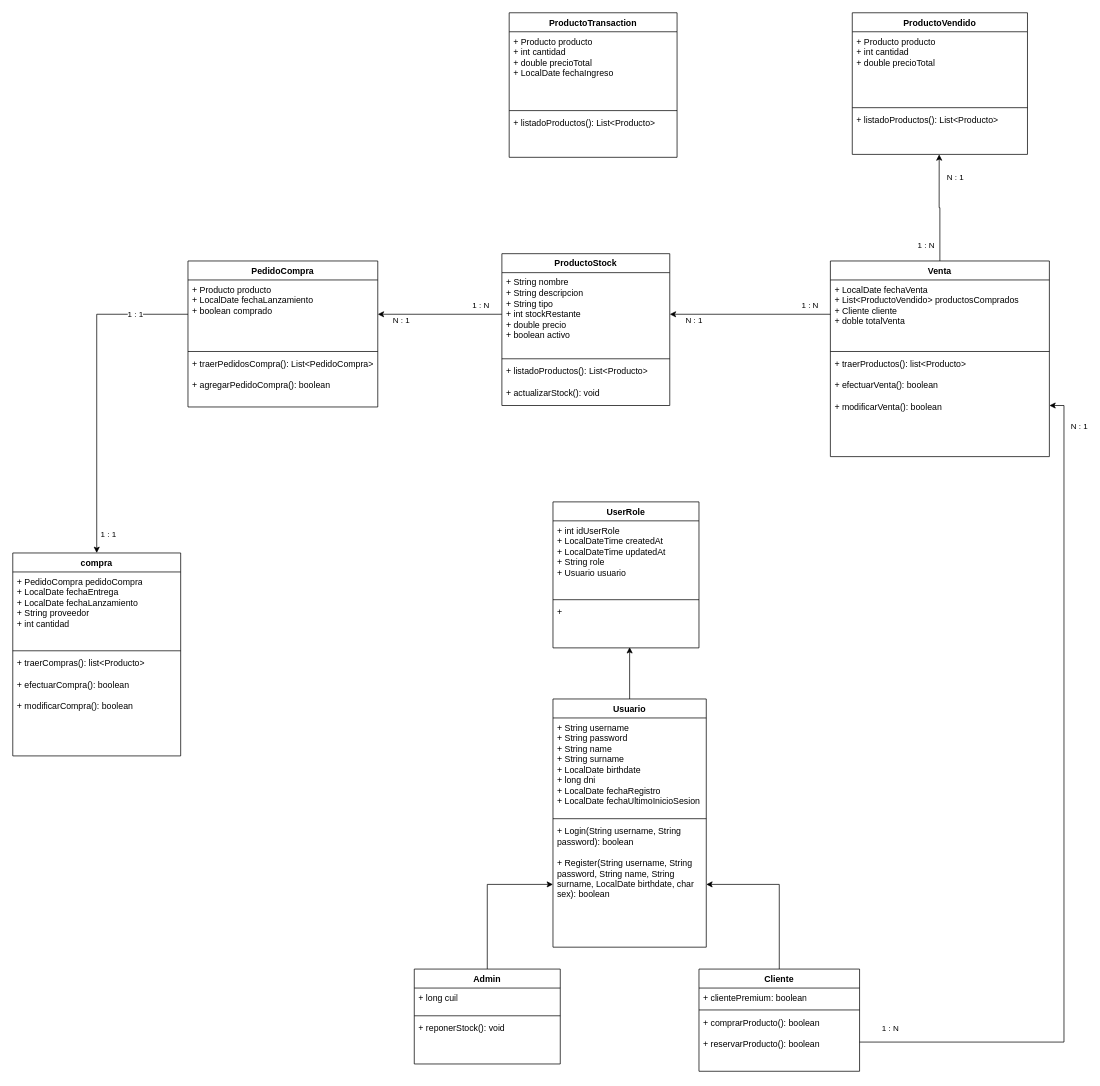
Before: Diagrama de clases (Diagram.net).drawio in EzequielDeiana/grupo-2-OO2-2024, a draw.io diagram. Source tidied: cells renumbered, new cells numbered last; positions are measured from the earlier drawing's top-left corner, leaving out a move shared by most shapes. Both pictures are drawn from the tidied source at 73%, with x=0, y=0 at pixel (12, 12).
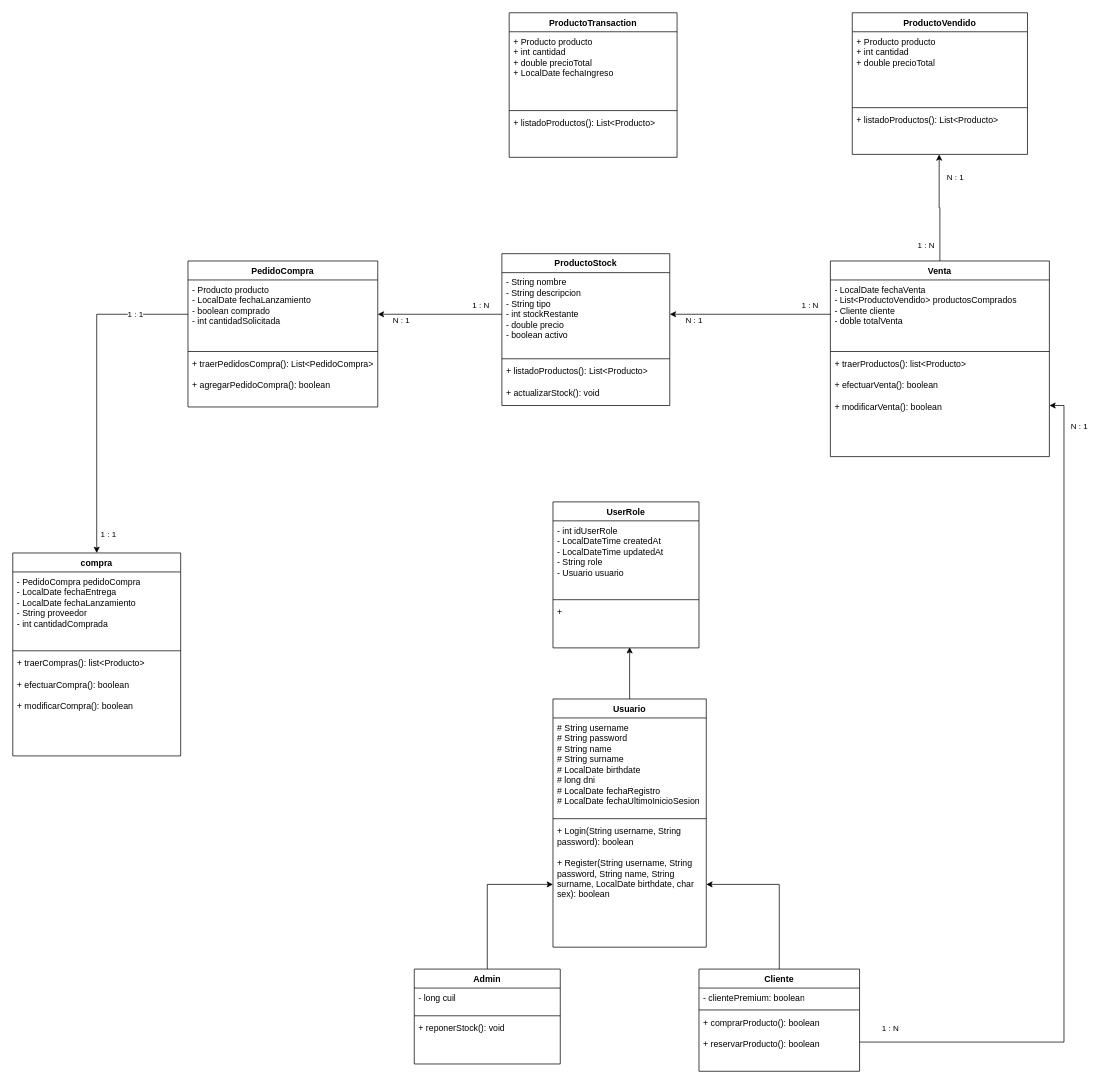
After the change.

Commit message (it also covers changes not shown here):
Aplicando correcciones del diagrama de clases

Unchanged cells that the change refers to:
```xml
<mxCell id="2" value="ProductoStock" style="swimlane;fontStyle=1;align=center;verticalAlign=top;horizontal=1;startSize=26;whiteSpace=wrap;html=1;" parent="1" vertex="1">
  <mxGeometry x="670" y="330" width="230" height="208" as="geometry" />
</mxCell>
<mxCell id="6" value="Usuario" style="swimlane;fontStyle=1;align=center;verticalAlign=top;horizontal=1;startSize=26;whiteSpace=wrap;html=1;" parent="1" vertex="1">
  <mxGeometry x="740" y="940" width="210" height="340" as="geometry" />
</mxCell>
<mxCell id="11" value="Admin" style="swimlane;fontStyle=1;align=center;verticalAlign=top;horizontal=1;startSize=26;whiteSpace=wrap;html=1;" parent="1" vertex="1">
  <mxGeometry x="550" y="1310" width="200" height="130" as="geometry" />
</mxCell>
<mxCell id="18" value="Venta" style="swimlane;fontStyle=1;align=center;verticalAlign=top;horizontal=1;startSize=26;whiteSpace=wrap;html=1;" parent="1" vertex="1">
  <mxGeometry x="1120" y="340" width="300" height="268" as="geometry" />
</mxCell>
<mxCell id="23" value="Cliente" style="swimlane;fontStyle=1;align=center;verticalAlign=top;horizontal=1;startSize=26;whiteSpace=wrap;html=1;" parent="1" vertex="1">
  <mxGeometry x="940" y="1310" width="220" height="140" as="geometry" />
</mxCell>
<mxCell id="27" value="PedidoCompra" style="swimlane;fontStyle=1;align=center;verticalAlign=top;horizontal=1;startSize=26;whiteSpace=wrap;html=1;" parent="1" vertex="1">
  <mxGeometry x="240" y="340" width="260" height="200" as="geometry" />
</mxCell>
<mxCell id="31" value="compra" style="swimlane;fontStyle=1;align=center;verticalAlign=top;horizontal=1;startSize=26;whiteSpace=wrap;html=1;" parent="1" vertex="1">
  <mxGeometry y="740" width="230" height="278" as="geometry" />
</mxCell>
<mxCell id="55" value="UserRole" style="swimlane;fontStyle=1;align=center;verticalAlign=top;horizontal=1;startSize=26;whiteSpace=wrap;html=1;" parent="1" vertex="1">
  <mxGeometry x="740" y="670" width="200" height="200" as="geometry" />
</mxCell>
```

Diff of the diagram source:
```diff
@@
-    <mxCell id="3" value="+ String nombre&lt;div&gt;+ String descripcion&lt;/div&gt;&lt;div&gt;+ String tipo&lt;/div&gt;&lt;div&gt;+ int stockRestante&lt;/div&gt;&lt;div&gt;+ double precio&lt;/div&gt;&lt;div&gt;+ boolean activo&lt;/div&gt;" style="text;strokeColor=none;fillColor=none;align=left;verticalAlign=top;spacingLeft=4;spacingRight=4;overflow=hidden;points=[[0,0.5],[1,0.5]];portConstraint=eastwest;whiteSpace=wrap;html=1;" parent="2" vertex="1">
+    <mxCell id="3" value="- String nombre&lt;div&gt;- String descripcion&lt;/div&gt;&lt;div&gt;- String tipo&lt;/div&gt;&lt;div&gt;- int stockRestante&lt;/div&gt;&lt;div&gt;- double precio&lt;/div&gt;&lt;div&gt;- boolean activo&lt;/div&gt;" style="text;strokeColor=none;fillColor=none;align=left;verticalAlign=top;spacingLeft=4;spacingRight=4;overflow=hidden;points=[[0,0.5],[1,0.5]];portConstraint=eastwest;whiteSpace=wrap;html=1;" parent="2" vertex="1">
       <mxGeometry y="26" width="230" height="114" as="geometry" />
     </mxCell>
@@
-    <mxCell id="7" value="&lt;div&gt;+ String username&lt;/div&gt;&lt;div&gt;+ String password&lt;/div&gt;+ String name&lt;div&gt;+ String surname&lt;/div&gt;&lt;div&gt;+ LocalDate birthdate&lt;/div&gt;&lt;div&gt;+ long dni&lt;/div&gt;&lt;div&gt;+ LocalDate fechaRegistro&lt;/div&gt;&lt;div&gt;+ LocalDate fechaUltimoInicioSesion&lt;/div&gt;" style="text;strokeColor=none;fillColor=none;align=left;verticalAlign=top;spacingLeft=4;spacingRight=4;overflow=hidden;whiteSpace=wrap;html=1;" parent="6" vertex="1">
+    <mxCell id="7" value="&lt;div&gt;# String username&lt;/div&gt;&lt;div&gt;# String password&lt;/div&gt;# String name&lt;div&gt;# String surname&lt;/div&gt;&lt;div&gt;# LocalDate birthdate&lt;/div&gt;&lt;div&gt;# long dni&lt;/div&gt;&lt;div&gt;# LocalDate fechaRegistro&lt;/div&gt;&lt;div&gt;# LocalDate fechaUltimoInicioSesion&lt;/div&gt;" style="text;strokeColor=none;fillColor=none;align=left;verticalAlign=top;spacingLeft=4;spacingRight=4;overflow=hidden;whiteSpace=wrap;html=1;" parent="6" vertex="1">
       <mxGeometry y="26" width="210" height="134" as="geometry" />
     </mxCell>
@@
-    <mxCell id="12" value="+ long cuil&lt;div&gt;&lt;br&gt;&lt;/div&gt;" style="text;strokeColor=none;fillColor=none;align=left;verticalAlign=top;spacingLeft=4;spacingRight=4;overflow=hidden;whiteSpace=wrap;html=1;" parent="11" vertex="1">
+    <mxCell id="12" value="- long cuil&lt;div&gt;&lt;br&gt;&lt;/div&gt;" style="text;strokeColor=none;fillColor=none;align=left;verticalAlign=top;spacingLeft=4;spacingRight=4;overflow=hidden;whiteSpace=wrap;html=1;" parent="11" vertex="1">
       <mxGeometry y="26" width="200" height="34" as="geometry" />
     </mxCell>
@@
-    <mxCell id="19" value="+ LocalDate fechaVenta&lt;div&gt;+ List&amp;lt;ProductoVendido&amp;gt; productosComprados&lt;/div&gt;&lt;div&gt;+ Cliente cliente&lt;/div&gt;&lt;div&gt;+ doble totalVenta&lt;/div&gt;&lt;div&gt;&lt;br&gt;&lt;/div&gt;" style="text;strokeColor=none;fillColor=none;align=left;verticalAlign=top;spacingLeft=4;spacingRight=4;overflow=hidden;points=[[0,0.5],[1,0.5]];portConstraint=eastwest;whiteSpace=wrap;html=1;" parent="18" vertex="1">
+    <mxCell id="19" value="- LocalDate fechaVenta&lt;div&gt;- List&amp;lt;ProductoVendido&amp;gt; productosComprados&lt;/div&gt;&lt;div&gt;- Cliente cliente&lt;/div&gt;&lt;div&gt;- doble totalVenta&lt;/div&gt;&lt;div&gt;&lt;br&gt;&lt;/div&gt;" style="text;strokeColor=none;fillColor=none;align=left;verticalAlign=top;spacingLeft=4;spacingRight=4;overflow=hidden;points=[[0,0.5],[1,0.5]];portConstraint=eastwest;whiteSpace=wrap;html=1;" parent="18" vertex="1">
       <mxGeometry y="26" width="300" height="94" as="geometry" />
     </mxCell>
@@
-    <mxCell id="24" value="+ clientePremium: boolean" style="text;strokeColor=none;fillColor=none;align=left;verticalAlign=top;spacingLeft=4;spacingRight=4;overflow=hidden;whiteSpace=wrap;html=1;" parent="23" vertex="1">
+    <mxCell id="24" value="- clientePremium: boolean" style="text;strokeColor=none;fillColor=none;align=left;verticalAlign=top;spacingLeft=4;spacingRight=4;overflow=hidden;whiteSpace=wrap;html=1;" parent="23" vertex="1">
       <mxGeometry y="26" width="220" height="26" as="geometry" />
     </mxCell>
@@
-    <mxCell id="28" value="&lt;div&gt;+ Producto producto&lt;/div&gt;&lt;div&gt;+ LocalDate fechaLanzamiento&lt;/div&gt;&lt;div&gt;+ boolean comprado&lt;/div&gt;" style="text;strokeColor=none;fillColor=none;align=left;verticalAlign=top;spacingLeft=4;spacingRight=4;overflow=hidden;points=[[0,0.5],[1,0.5]];portConstraint=eastwest;whiteSpace=wrap;html=1;" parent="27" vertex="1">
+    <mxCell id="28" value="&lt;div&gt;- Producto producto&lt;/div&gt;&lt;div&gt;- LocalDate fechaLanzamiento&lt;/div&gt;&lt;div&gt;- boolean comprado&lt;/div&gt;&lt;div&gt;- int cantidadSolicitada&lt;/div&gt;" style="text;strokeColor=none;fillColor=none;align=left;verticalAlign=top;spacingLeft=4;spacingRight=4;overflow=hidden;points=[[0,0.5],[1,0.5]];portConstraint=eastwest;whiteSpace=wrap;html=1;" parent="27" vertex="1">
       <mxGeometry y="26" width="260" height="94" as="geometry" />
     </mxCell>
@@
-    <mxCell id="32" value="+ PedidoCompra pedidoCompra&lt;div&gt;+ LocalDate fechaEntrega&lt;/div&gt;&lt;div&gt;+ LocalDate fechaLanzamiento&lt;/div&gt;&lt;div&gt;+ String proveedor&lt;/div&gt;&lt;div&gt;+ int cantidad&lt;/div&gt;" style="text;strokeColor=none;fillColor=none;align=left;verticalAlign=top;spacingLeft=4;spacingRight=4;overflow=hidden;whiteSpace=wrap;html=1;" parent="31" vertex="1">
+    <mxCell id="32" value="- PedidoCompra pedidoCompra&lt;div&gt;- LocalDate fechaEntrega&lt;/div&gt;&lt;div&gt;- LocalDate fechaLanzamiento&lt;/div&gt;&lt;div&gt;- String proveedor&lt;/div&gt;&lt;div&gt;- int cantidadComprada&lt;/div&gt;" style="text;strokeColor=none;fillColor=none;align=left;verticalAlign=top;spacingLeft=4;spacingRight=4;overflow=hidden;whiteSpace=wrap;html=1;" parent="31" vertex="1">
       <mxGeometry y="26" width="230" height="104" as="geometry" />
     </mxCell>
@@
-    <mxCell id="56" value="&lt;div&gt;+ int idUserRole&lt;/div&gt;&lt;div&gt;+ LocalDateTime createdAt&lt;/div&gt;&lt;div&gt;+ LocalDateTime updatedAt&lt;/div&gt;&lt;div&gt;+ String role&lt;/div&gt;&lt;div&gt;+ Usuario usuario&lt;/div&gt;" style="text;strokeColor=none;fillColor=none;align=left;verticalAlign=top;spacingLeft=4;spacingRight=4;overflow=hidden;whiteSpace=wrap;html=1;" parent="55" vertex="1">
+    <mxCell id="56" value="&lt;div&gt;- int idUserRole&lt;/div&gt;&lt;div&gt;- LocalDateTime createdAt&lt;/div&gt;&lt;div&gt;- LocalDateTime updatedAt&lt;/div&gt;&lt;div&gt;- String role&lt;/div&gt;&lt;div&gt;- Usuario usuario&lt;/div&gt;" style="text;strokeColor=none;fillColor=none;align=left;verticalAlign=top;spacingLeft=4;spacingRight=4;overflow=hidden;whiteSpace=wrap;html=1;" parent="55" vertex="1">
       <mxGeometry y="26" width="200" height="104" as="geometry" />
     </mxCell>
```
